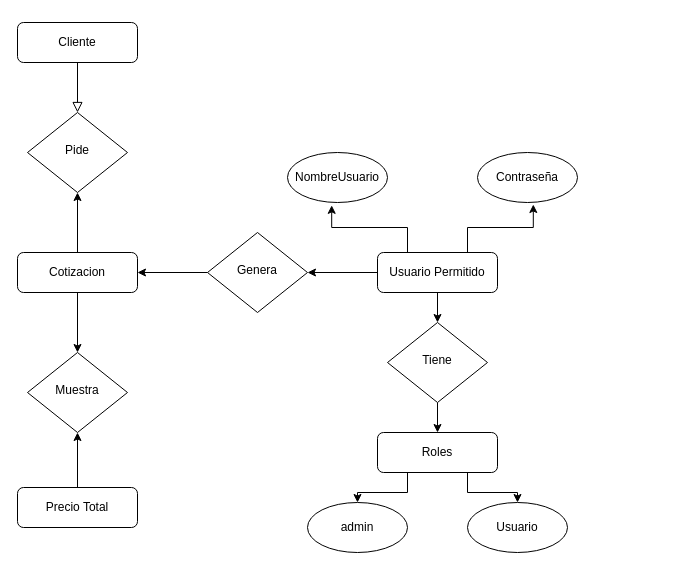
Above: Untitled Diagram.drawio in JorgeJr1904/appCotizacionBack (draw.io), before the change. Source tidied: cells renumbered, new cells numbered last; positions are measured from the earlier drawing's top-left corner, leaving out a move shared by most shapes. Both pictures are drawn from the tidied source at 100%, with x=0, y=0 at pixel (17, 22).
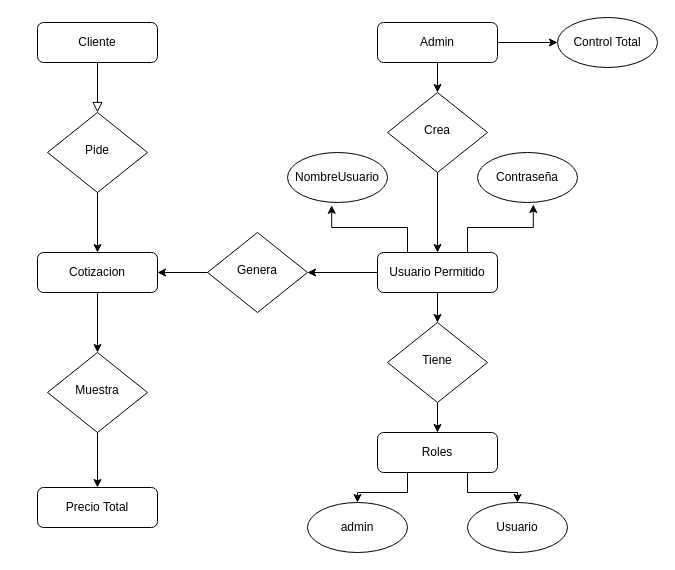
After the change.

The change refers to these unchanged cells:
```xml
<mxCell id="17" value="Usuario Permitido" style="rounded=1;whiteSpace=wrap;html=1;fontSize=12;glass=0;strokeWidth=1;shadow=0;" parent="1" vertex="1">
  <mxGeometry x="360" y="230" width="120" height="40" as="geometry" />
</mxCell>
```

What changed in the source:
```diff
@@
     <mxCell id="3" value="Cliente" style="rounded=1;whiteSpace=wrap;html=1;fontSize=12;glass=0;strokeWidth=1;shadow=0;" parent="1" vertex="1">
-      <mxGeometry width="120" height="40" as="geometry" />
+      <mxGeometry x="20" width="120" height="40" as="geometry" />
     </mxCell>
+    <mxCell id="27" style="edgeStyle=orthogonalEdgeStyle;rounded=0;jettySize=auto;html=1;" parent="1" edge="1" source="4" target="10">
+      <mxGeometry relative="1" as="geometry" />
+    </mxCell>
     <mxCell id="4" value="Pide" style="rhombus;whiteSpace=wrap;html=1;shadow=0;fontFamily=Helvetica;fontSize=12;align=center;strokeWidth=1;spacing=6;spacingTop=-4;" parent="1" vertex="1">
-      <mxGeometry x="10" y="90" width="100" height="80" as="geometry" />
+      <mxGeometry x="30" y="90" width="100" height="80" as="geometry" />
     </mxCell>
-    <mxCell id="5" style="edgeStyle=orthogonalEdgeStyle;rounded=0;jettySize=auto;html=1;" parent="1" edge="1" source="6" target="7">
-      <mxGeometry relative="1" as="geometry" />
-    </mxCell>
     <mxCell id="6" value="Precio Total" style="rounded=1;whiteSpace=wrap;html=1;fontSize=12;glass=0;strokeWidth=1;shadow=0;" parent="1" vertex="1">
-      <mxGeometry y="465" width="120" height="40" as="geometry" />
+      <mxGeometry x="20" y="465" width="120" height="40" as="geometry" />
     </mxCell>
+    <mxCell id="28" style="edgeStyle=orthogonalEdgeStyle;rounded=0;jettySize=auto;html=1;" parent="1" edge="1" source="7" target="6">
+      <mxGeometry relative="1" as="geometry" />
+    </mxCell>
     <mxCell id="7" value="Muestra" style="rhombus;whiteSpace=wrap;html=1;shadow=0;fontFamily=Helvetica;fontSize=12;align=center;strokeWidth=1;spacing=6;spacingTop=-4;" parent="1" vertex="1">
-      <mxGeometry x="10" y="330" width="100" height="80" as="geometry" />
+      <mxGeometry x="30" y="330" width="100" height="80" as="geometry" />
     </mxCell>
-    <mxCell id="8" style="edgeStyle=orthogonalEdgeStyle;rounded=0;jettySize=auto;html=1;" parent="1" edge="1" source="10" target="4">
-      <mxGeometry relative="1" as="geometry" />
-    </mxCell>
@@
     <mxCell id="10" value="Cotizacion" style="rounded=1;whiteSpace=wrap;html=1;fontSize=12;glass=0;strokeWidth=1;shadow=0;" parent="1" vertex="1">
-      <mxGeometry y="230" width="120" height="40" as="geometry" />
+      <mxGeometry x="20" y="230" width="120" height="40" as="geometry" />
     </mxCell>
@@
+    <mxCell id="29" style="edgeStyle=orthogonalEdgeStyle;rounded=0;jettySize=auto;html=1;" parent="1" edge="1" source="31" target="33">
+      <mxGeometry relative="1" as="geometry" />
+    </mxCell>
+    <mxCell id="30" style="edgeStyle=orthogonalEdgeStyle;rounded=0;jettySize=auto;html=1;exitX=1;exitY=0.5;exitDx=0;exitDy=0;" parent="1" edge="1" source="31" target="34">
+      <mxGeometry relative="1" as="geometry" />
+    </mxCell>
+    <mxCell id="31" value="Admin" style="rounded=1;whiteSpace=wrap;html=1;fontSize=12;glass=0;strokeWidth=1;shadow=0;" parent="1" vertex="1">
+      <mxGeometry x="360" width="120" height="40" as="geometry" />
+    </mxCell>
+    <mxCell id="32" style="edgeStyle=orthogonalEdgeStyle;rounded=0;jettySize=auto;html=1;" parent="1" edge="1" source="33" target="17">
+      <mxGeometry relative="1" as="geometry" />
+    </mxCell>
+    <mxCell id="33" value="Crea" style="rhombus;whiteSpace=wrap;html=1;shadow=0;fontFamily=Helvetica;fontSize=12;align=center;strokeWidth=1;spacing=6;spacingTop=-4;" parent="1" vertex="1">
+      <mxGeometry x="370" y="70" width="100" height="80" as="geometry" />
+    </mxCell>
+    <mxCell id="34" value="Control Total" style="ellipse;whiteSpace=wrap;html=1;" parent="1" vertex="1">
+      <mxGeometry x="540" y="-5" width="100" height="50" as="geometry" />
+    </mxCell>
```
